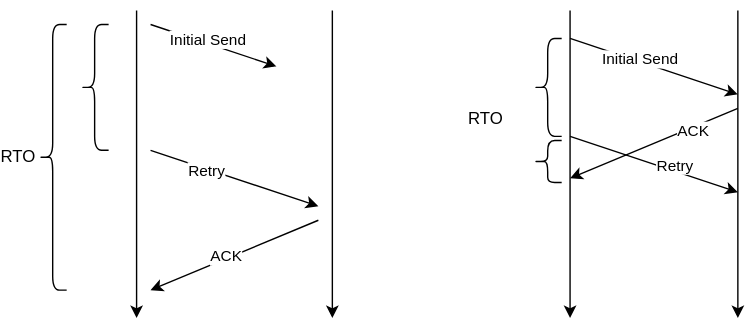
The draw.io diagram pic/quic/tcp_seq_mean.drawio.svg in ZhuiCode/doc, before a commit. Source tidied: cells renumbered, new cells last; positions are measured from the earlier drawing's top-left corner, leaving out a move shared by most shapes. The source it was exported from:
```xml
<mxGraphModel>
  <root>
    <mxCell id="0" />
    <mxCell id="1" parent="0" />
    <mxCell id="2" style="endArrow=classic;html=1;" parent="1" edge="1">
      <mxGeometry relative="1" as="geometry">
        <mxPoint x="70" as="sourcePoint" />
        <mxPoint x="70" y="220" as="targetPoint" />
      </mxGeometry>
    </mxCell>
    <mxCell id="3" style="endArrow=classic;html=1;" parent="1" edge="1">
      <mxGeometry relative="1" as="geometry">
        <mxPoint x="210" as="sourcePoint" />
        <mxPoint x="210" y="220" as="targetPoint" />
      </mxGeometry>
    </mxCell>
    <mxCell id="4" style="endArrow=classic;html=1;" parent="1" edge="1">
      <mxGeometry relative="1" as="geometry">
        <mxPoint x="380" as="sourcePoint" />
        <mxPoint x="380" y="220" as="targetPoint" />
      </mxGeometry>
    </mxCell>
    <mxCell id="5" style="endArrow=classic;html=1;" parent="1" edge="1">
      <mxGeometry relative="1" as="geometry">
        <mxPoint x="500" as="sourcePoint" />
        <mxPoint x="500" y="220" as="targetPoint" />
      </mxGeometry>
    </mxCell>
    <mxCell id="6" style="endArrow=classic;html=1;" parent="1" edge="1">
      <mxGeometry relative="1" as="geometry">
        <mxPoint x="80" y="10" as="sourcePoint" />
        <mxPoint x="170" y="40" as="targetPoint" />
      </mxGeometry>
    </mxCell>
    <mxCell id="7" value="Initial Send" style="edgeLabel;html=1;align=center;verticalAlign=middle;" parent="6" vertex="1">
      <mxGeometry x="0.35" y="-1" relative="1" as="geometry">
        <mxPoint x="-20" y="-11" as="offset" />
      </mxGeometry>
    </mxCell>
    <mxCell id="8" style="endArrow=classic;html=1;" parent="1" edge="1">
      <mxGeometry relative="1" as="geometry">
        <mxPoint x="200" y="150" as="sourcePoint" />
        <mxPoint x="80" y="200" as="targetPoint" />
      </mxGeometry>
    </mxCell>
    <mxCell id="9" value="ACK" style="edgeLabel;html=1;align=center;verticalAlign=middle;" parent="8" vertex="1">
      <mxGeometry x="0.1" y="-2" relative="1" as="geometry" />
    </mxCell>
    <mxCell id="10" style="endArrow=classic;html=1;" parent="1" edge="1">
      <mxGeometry relative="1" as="geometry">
        <mxPoint x="80" y="100" as="sourcePoint" />
        <mxPoint x="200" y="140" as="targetPoint" />
      </mxGeometry>
    </mxCell>
    <mxCell id="11" value="Retry" style="edgeLabel;html=1;align=center;verticalAlign=middle;" parent="10" vertex="1">
      <mxGeometry x="-0.34" y="-1" relative="1" as="geometry" />
    </mxCell>
    <mxCell id="12" style="endArrow=classic;html=1;" parent="1" edge="1">
      <mxGeometry relative="1" as="geometry">
        <mxPoint x="500" y="70" as="sourcePoint" />
        <mxPoint x="380" y="120" as="targetPoint" />
      </mxGeometry>
    </mxCell>
    <mxCell id="13" value="ACK" style="edgeLabel;html=1;align=center;verticalAlign=middle;" parent="12" vertex="1">
      <mxGeometry x="-0.45" y="2" relative="1" as="geometry" />
    </mxCell>
    <mxCell id="14" style="endArrow=classic;html=1;" parent="1" edge="1">
      <mxGeometry relative="1" as="geometry">
        <mxPoint x="380" y="20" as="sourcePoint" />
        <mxPoint x="500" y="60" as="targetPoint" />
      </mxGeometry>
    </mxCell>
    <mxCell id="15" value="Initial Send" style="edgeLabel;html=1;align=center;verticalAlign=middle;" parent="14" vertex="1">
      <mxGeometry x="-0.17" y="2" relative="1" as="geometry" />
    </mxCell>
    <mxCell id="16" style="endArrow=classic;html=1;" parent="1" edge="1">
      <mxGeometry relative="1" as="geometry">
        <mxPoint x="380" y="90" as="sourcePoint" />
        <mxPoint x="500" y="130" as="targetPoint" />
      </mxGeometry>
    </mxCell>
    <mxCell id="17" value="Retry" style="edgeLabel;html=1;align=center;verticalAlign=middle;" parent="16" vertex="1">
      <mxGeometry x="0.22" y="4" relative="1" as="geometry" />
    </mxCell>
    <mxCell id="18" style="shape=curlyBracket;whiteSpace=wrap;html=1;rounded=1;labelPosition=left;verticalLabelPosition=middle;align=right;verticalAlign=middle;" parent="1" vertex="1">
      <mxGeometry x="30" y="10" width="20" height="90" as="geometry" />
    </mxCell>
    <mxCell id="19" value="RTO" style="shape=curlyBracket;whiteSpace=wrap;html=1;rounded=1;labelPosition=left;verticalLabelPosition=middle;align=right;verticalAlign=middle;" parent="1" vertex="1">
      <mxGeometry y="10" width="20" height="190" as="geometry" />
    </mxCell>
    <mxCell id="20" style="shape=curlyBracket;whiteSpace=wrap;html=1;rounded=1;labelPosition=left;verticalLabelPosition=middle;align=right;verticalAlign=middle;" parent="1" vertex="1">
      <mxGeometry x="354" y="93" width="20" height="30" as="geometry" />
    </mxCell>
    <mxCell id="21" style="shape=curlyBracket;whiteSpace=wrap;html=1;rounded=1;labelPosition=left;verticalLabelPosition=middle;align=right;verticalAlign=middle;" parent="1" vertex="1">
      <mxGeometry x="354" y="20" width="20" height="70" as="geometry" />
    </mxCell>
    <mxCell id="22" value="RTO" style="text;html=1;strokeColor=none;fillColor=none;align=center;verticalAlign=middle;whiteSpace=wrap;rounded=0;" parent="1" vertex="1">
      <mxGeometry x="290" y="63" width="60" height="30" as="geometry" />
    </mxCell>
  </root>
</mxGraphModel>
```
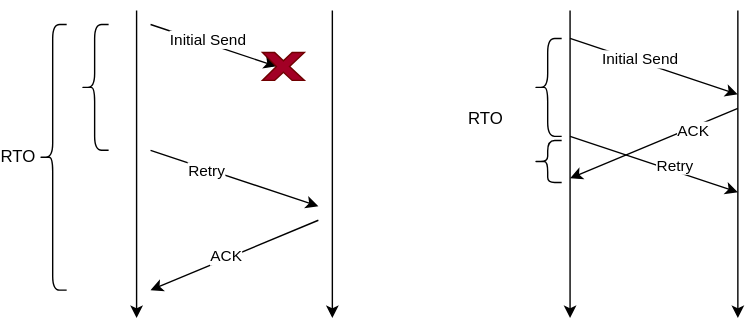
The same diagram one commit later.

The edit, as a diff of the source:
```diff
@@ -97,5 +97,8 @@
     <mxCell id="22" value="RTO" style="text;html=1;strokeColor=none;fillColor=none;align=center;verticalAlign=middle;whiteSpace=wrap;rounded=0;" parent="1" vertex="1">
       <mxGeometry x="290" y="63" width="60" height="30" as="geometry" />
     </mxCell>
+    <mxCell id="23" style="verticalLabelPosition=bottom;verticalAlign=top;html=1;shape=mxgraph.basic.x;fillColor=#a20025;fontColor=#ffffff;strokeColor=#6F0000;" parent="1" vertex="1">
+      <mxGeometry x="160" y="30" width="30" height="20" as="geometry" />
+    </mxCell>
   </root>
 </mxGraphModel>
```
